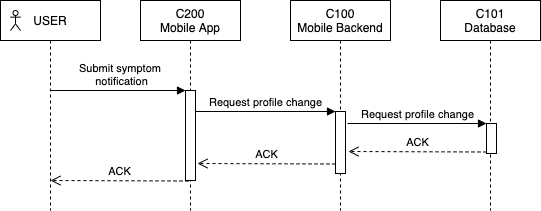
This is docs/architecture/images/UC3_sendSpecialReport.png from NUMde/compass-numapp, a draw.io export, as it was before one commit. Source tidied: cells renumbered, new cells last; positions are measured from the earlier drawing's top-left corner, leaving out a move shared by most shapes.
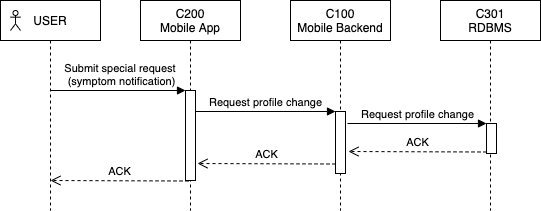
The same file after the commit.

The edit, as a diff of the source:
```diff
@@ -2,10 +2,10 @@
   <root>
     <mxCell id="0" />
     <mxCell id="1" parent="0" />
-    <mxCell id="2" value="C101&lt;br&gt;Database" style="shape=umlLifeline;perimeter=lifelinePerimeter;whiteSpace=wrap;html=1;" parent="1" vertex="1">
+    <mxCell id="2" value="C301&lt;br&gt;RDBMS" style="shape=umlLifeline;perimeter=lifelinePerimeter;whiteSpace=wrap;html=1;" parent="1" vertex="1">
       <mxGeometry x="440" width="100" height="210" as="geometry" />
     </mxCell>
-    <mxCell id="3" value="Submit symptom &lt;br&gt;notification" style="html=1;verticalAlign=bottom;startArrow=none;endArrow=block;startSize=8;labelBackgroundColor=none;startFill=0;" parent="2" edge="1">
+    <mxCell id="3" value="Submit special request &lt;br&gt;(symptom notification)" style="html=1;verticalAlign=bottom;startArrow=none;endArrow=block;startSize=8;labelBackgroundColor=none;startFill=0;" parent="2" edge="1">
       <mxGeometry x="0.05" relative="1" as="geometry">
         <mxPoint x="-390.5" y="90" as="sourcePoint" />
         <mxPoint x="-255" y="90" as="targetPoint" />
```
